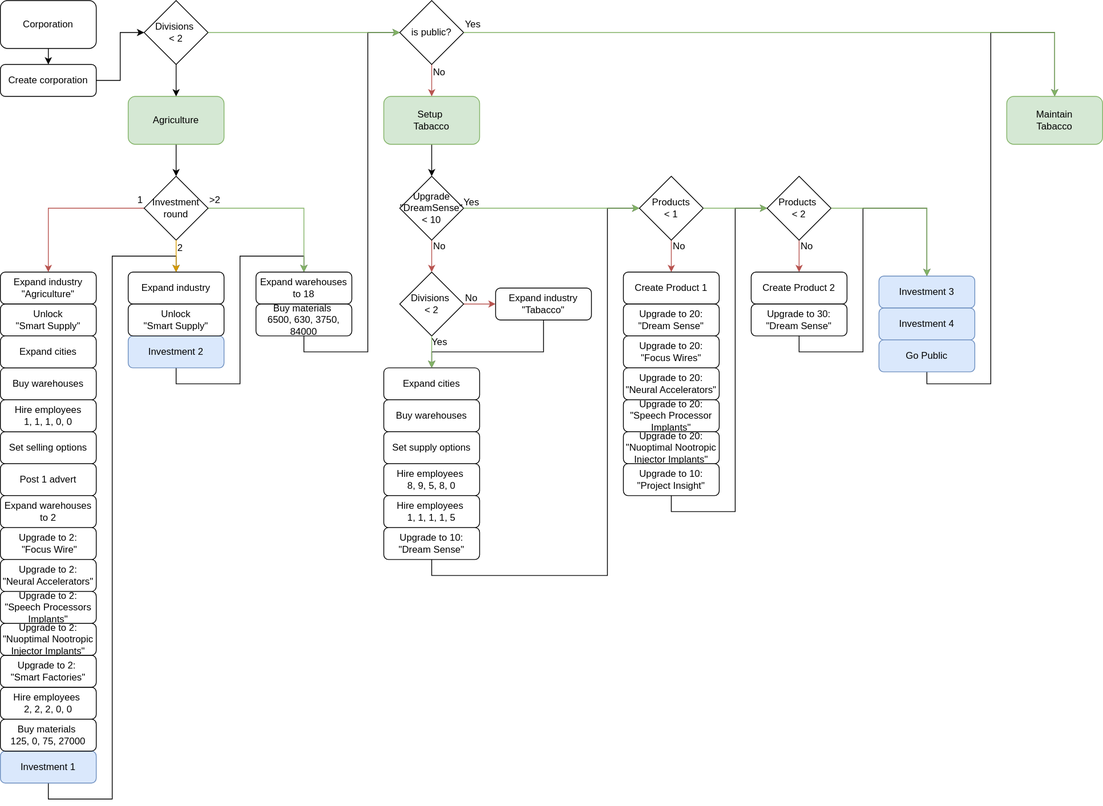
Above: diagrams/Corporation sequence.svg in InfernoIV/bitburner-scripts (draw.io), before the change. Source tidied: cells renumbered, new cells last; positions are measured from the earlier drawing's top-left corner, leaving out a move shared by most shapes.
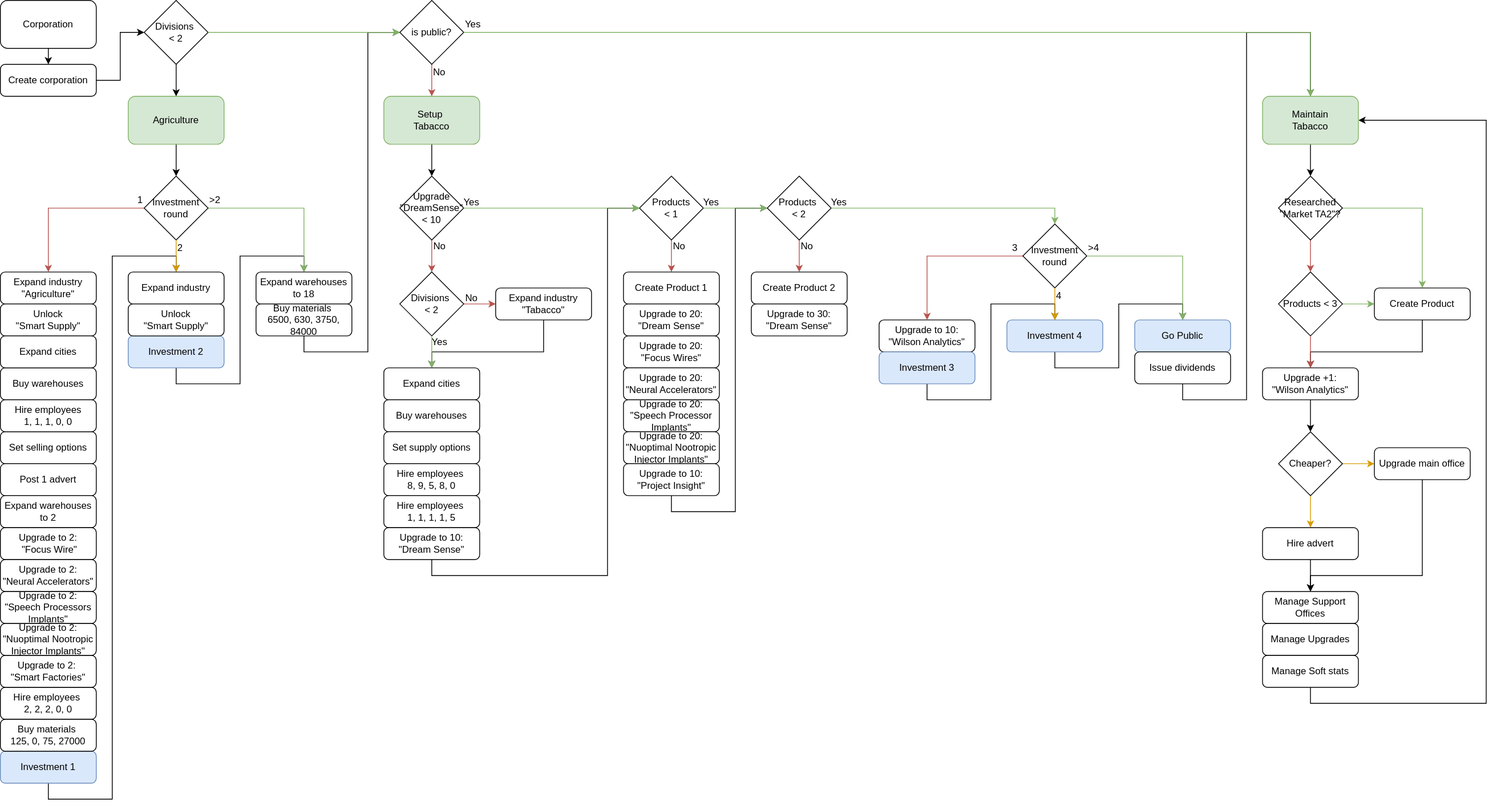
Later version of the same file.

What changed in the source:
```diff
@@ -2,6 +2,18 @@
   <root>
     <mxCell id="0" />
     <mxCell id="1" parent="0" />
+    <mxCell id="92" style="edgeStyle=orthogonalEdgeStyle;rounded=0;jettySize=auto;html=1;exitX=0.5;exitY=1;exitDx=0;exitDy=0;entryX=1;entryY=0.5;entryDx=0;entryDy=0;" parent="1" edge="1" source="124" target="45">
+      <mxGeometry relative="1" as="geometry">
+        <Array as="points">
+          <mxPoint x="1640" y="880" />
+          <mxPoint x="1860" y="880" />
+          <mxPoint x="1860" y="150" />
+        </Array>
+      </mxGeometry>
+    </mxCell>
+    <mxCell id="93" value="&lt;div&gt;Upgrade to 10:&lt;br&gt;&lt;/div&gt;&lt;div&gt;&quot;Wilson Analytics&quot;&lt;br&gt;&lt;/div&gt;" style="rounded=1;whiteSpace=wrap;html=1;fillColor=#FFFFFF;" parent="1" vertex="1">
+      <mxGeometry x="1100" y="400" width="120" height="40" as="geometry" />
+    </mxCell>
     <mxCell id="2" style="edgeStyle=orthogonalEdgeStyle;rounded=0;jettySize=auto;html=1;exitX=0.5;exitY=1;exitDx=0;exitDy=0;entryX=0.5;entryY=0;entryDx=0;entryDy=0;" parent="1" edge="1" source="3" target="37">
       <mxGeometry relative="1" as="geometry" />
     </mxCell>
@@ -14,8 +26,11 @@
     <mxCell id="5" value="Corporation" style="rounded=1;whiteSpace=wrap;html=1;fillColor=#FFFFFF;" parent="1" vertex="1">
       <mxGeometry width="120" height="60" as="geometry" />
     </mxCell>
+    <mxCell id="94" style="edgeStyle=orthogonalEdgeStyle;rounded=0;jettySize=auto;html=1;exitX=0.5;exitY=1;exitDx=0;exitDy=0;entryX=0.5;entryY=0;entryDx=0;entryDy=0;" parent="1" edge="1" source="6" target="9">
+      <mxGeometry relative="1" as="geometry" />
+    </mxCell>
     <mxCell id="6" value="Investment 3" style="rounded=1;whiteSpace=wrap;html=1;fillColor=#dae8fc;strokeColor=#6c8ebf;" parent="1" vertex="1">
-      <mxGeometry x="1100" y="345" width="120" height="40" as="geometry" />
+      <mxGeometry x="1100" y="440" width="120" height="40" as="geometry" />
     </mxCell>
     <mxCell id="7" style="edgeStyle=orthogonalEdgeStyle;rounded=0;jettySize=auto;html=1;exitX=0.5;exitY=1;exitDx=0;exitDy=0;entryX=0.5;entryY=0;entryDx=0;entryDy=0;" parent="1" edge="1" source="8" target="46">
       <mxGeometry relative="1" as="geometry" />
@@ -23,8 +38,11 @@
     <mxCell id="8" value="&lt;div&gt;Investment 2&lt;/div&gt;" style="rounded=1;whiteSpace=wrap;html=1;fillColor=#dae8fc;strokeColor=#6c8ebf;" parent="1" vertex="1">
       <mxGeometry x="160" y="420" width="120" height="40" as="geometry" />
     </mxCell>
+    <mxCell id="95" style="edgeStyle=orthogonalEdgeStyle;rounded=0;jettySize=auto;html=1;exitX=0.5;exitY=1;exitDx=0;exitDy=0;entryX=0.5;entryY=0;entryDx=0;entryDy=0;" parent="1" edge="1" source="9" target="15">
+      <mxGeometry relative="1" as="geometry" />
+    </mxCell>
     <mxCell id="9" value="Investment 4" style="rounded=1;whiteSpace=wrap;html=1;fillColor=#dae8fc;strokeColor=#6c8ebf;" parent="1" vertex="1">
-      <mxGeometry x="1100" y="385" width="120" height="40" as="geometry" />
+      <mxGeometry x="1260" y="400" width="120" height="40" as="geometry" />
     </mxCell>
     <mxCell id="10" style="edgeStyle=orthogonalEdgeStyle;rounded=0;jettySize=auto;html=1;exitX=0.5;exitY=1;exitDx=0;exitDy=0;entryX=0.5;entryY=0;entryDx=0;entryDy=0;" parent="1" edge="1" source="11" target="57">
       <mxGeometry relative="1" as="geometry" />
@@ -38,18 +56,18 @@
     <mxCell id="13" value="Agriculture" style="rounded=1;whiteSpace=wrap;html=1;fillColor=#d5e8d4;strokeColor=#82b366;" parent="1" vertex="1">
       <mxGeometry x="160" y="120" width="120" height="60" as="geometry" />
     </mxCell>
-    <mxCell id="14" style="edgeStyle=orthogonalEdgeStyle;rounded=0;jettySize=auto;html=1;exitX=0.5;exitY=1;exitDx=0;exitDy=0;entryX=0.5;entryY=0;entryDx=0;entryDy=0;" parent="1" edge="1" source="15" target="45">
+    <mxCell id="14" style="edgeStyle=orthogonalEdgeStyle;rounded=0;jettySize=auto;html=1;entryX=0.5;entryY=0;entryDx=0;entryDy=0;exitX=0.5;exitY=1;exitDx=0;exitDy=0;" parent="1" edge="1" source="105" target="45">
       <mxGeometry relative="1" as="geometry">
         <Array as="points">
-          <mxPoint x="1160" y="480" />
-          <mxPoint x="1240" y="480" />
-          <mxPoint x="1240" y="40" />
-          <mxPoint x="1320" y="40" />
+          <mxPoint x="1480" y="500" />
+          <mxPoint x="1560" y="500" />
+          <mxPoint x="1560" y="40" />
+          <mxPoint x="1640" y="40" />
         </Array>
       </mxGeometry>
     </mxCell>
     <mxCell id="15" value="Go Public" style="rounded=1;whiteSpace=wrap;html=1;fillColor=#dae8fc;strokeColor=#6c8ebf;" parent="1" vertex="1">
-      <mxGeometry x="1100" y="425" width="120" height="40" as="geometry" />
+      <mxGeometry x="1420" y="400" width="120" height="40" as="geometry" />
     </mxCell>
     <mxCell id="16" style="edgeStyle=orthogonalEdgeStyle;rounded=0;jettySize=auto;html=1;exitX=1;exitY=0.5;exitDx=0;exitDy=0;entryX=0;entryY=0.5;entryDx=0;entryDy=0;" parent="1" edge="1" source="17" target="42">
       <mxGeometry relative="1" as="geometry" />
@@ -138,8 +156,11 @@
     <mxCell id="44" value="is public?" style="rhombus;whiteSpace=wrap;html=1;" parent="1" vertex="1">
       <mxGeometry x="500" width="80" height="80" as="geometry" />
     </mxCell>
+    <mxCell id="96" style="edgeStyle=orthogonalEdgeStyle;rounded=0;jettySize=auto;html=1;exitX=0.5;exitY=1;exitDx=0;exitDy=0;entryX=0.5;entryY=0;entryDx=0;entryDy=0;" parent="1" edge="1" source="45" target="108">
+      <mxGeometry relative="1" as="geometry" />
+    </mxCell>
     <mxCell id="45" value="&lt;div&gt;Maintain&lt;/div&gt;&lt;div&gt;Tabacco&lt;/div&gt;" style="rounded=1;whiteSpace=wrap;html=1;fillColor=#d5e8d4;strokeColor=#82b366;" parent="1" vertex="1">
-      <mxGeometry x="1260" y="120" width="120" height="60" as="geometry" />
+      <mxGeometry x="1580" y="120" width="120" height="60" as="geometry" />
     </mxCell>
     <mxCell id="46" value="Expand warehouses to 18" style="rounded=1;whiteSpace=wrap;html=1;fillColor=#FFFFFF;" parent="1" vertex="1">
       <mxGeometry x="320" y="340" width="120" height="40" as="geometry" />
@@ -260,13 +281,10 @@
     <mxCell id="77" value="&lt;div&gt;Upgrade to 10:&lt;br&gt;&lt;/div&gt;&lt;div&gt;&quot;Project Insight&quot;&lt;br&gt;&lt;/div&gt;" style="rounded=1;whiteSpace=wrap;html=1;fillColor=#FFFFFF;" parent="1" vertex="1">
       <mxGeometry x="780" y="580" width="120" height="40" as="geometry" />
     </mxCell>
-    <mxCell id="78" style="edgeStyle=orthogonalEdgeStyle;rounded=0;jettySize=auto;html=1;exitX=0.5;exitY=1;exitDx=0;exitDy=0;entryX=0.5;entryY=0;entryDx=0;entryDy=0;" parent="1" edge="1" source="79" target="6">
+    <mxCell id="78" style="edgeStyle=orthogonalEdgeStyle;rounded=0;jettySize=auto;html=1;exitX=0;exitY=0.5;exitDx=0;exitDy=0;entryX=0.5;entryY=0;entryDx=0;entryDy=0;fillColor=#f8cecc;strokeColor=#b85450;" parent="1" edge="1" source="97" target="93">
       <mxGeometry relative="1" as="geometry">
         <Array as="points">
-          <mxPoint x="1000" y="440" />
-          <mxPoint x="1080" y="440" />
-          <mxPoint x="1080" y="260" />
-          <mxPoint x="1160" y="260" />
+          <mxPoint x="1160" y="320" />
         </Array>
       </mxGeometry>
     </mxCell>
@@ -285,8 +303,12 @@
     <mxCell id="83" value="No" style="text;html=1;align=center;verticalAlign=middle;whiteSpace=wrap;rounded=0;" parent="1" vertex="1">
       <mxGeometry x="540" y="300" width="20" height="15" as="geometry" />
     </mxCell>
-    <mxCell id="84" style="edgeStyle=orthogonalEdgeStyle;rounded=0;jettySize=auto;html=1;entryX=0.5;entryY=0;entryDx=0;entryDy=0;fillColor=#d5e8d4;strokeColor=#82b366;" parent="1" edge="1" source="53" target="6">
-      <mxGeometry relative="1" as="geometry" />
+    <mxCell id="84" style="edgeStyle=orthogonalEdgeStyle;rounded=0;jettySize=auto;html=1;entryX=0.5;entryY=0;entryDx=0;entryDy=0;fillColor=#d5e8d4;strokeColor=#82b366;exitX=1;exitY=0.5;exitDx=0;exitDy=0;" parent="1" edge="1" source="53" target="97">
+      <mxGeometry relative="1" as="geometry">
+        <Array as="points">
+          <mxPoint x="1320" y="260" />
+        </Array>
+      </mxGeometry>
     </mxCell>
     <mxCell id="85" style="edgeStyle=orthogonalEdgeStyle;rounded=0;jettySize=auto;html=1;exitX=1;exitY=0.5;exitDx=0;exitDy=0;entryX=0;entryY=0.5;entryDx=0;entryDy=0;fillColor=#d5e8d4;strokeColor=#82b366;" parent="1" edge="1" source="57" target="51">
       <mxGeometry relative="1" as="geometry" />
@@ -314,5 +336,111 @@
         </Array>
       </mxGeometry>
     </mxCell>
+    <mxCell id="97" value="Investment round" style="rhombus;whiteSpace=wrap;html=1;" parent="1" vertex="1">
+      <mxGeometry x="1280" y="280" width="80" height="80" as="geometry" />
+    </mxCell>
+    <mxCell id="98" style="edgeStyle=orthogonalEdgeStyle;rounded=0;jettySize=auto;html=1;exitX=0.5;exitY=1;exitDx=0;exitDy=0;entryX=0.5;entryY=0;entryDx=0;entryDy=0;fillColor=#ffe6cc;strokeColor=#d79b00;" parent="1" edge="1" source="97" target="9">
+      <mxGeometry relative="1" as="geometry">
+        <Array as="points">
+          <mxPoint x="1320" y="390" />
+          <mxPoint x="1320" y="390" />
+        </Array>
+      </mxGeometry>
+    </mxCell>
+    <mxCell id="99" style="edgeStyle=orthogonalEdgeStyle;rounded=0;jettySize=auto;html=1;exitX=1;exitY=0.5;exitDx=0;exitDy=0;entryX=0.5;entryY=0;entryDx=0;entryDy=0;fillColor=#d5e8d4;strokeColor=#82b366;" parent="1" edge="1" source="97" target="15">
+      <mxGeometry relative="1" as="geometry">
+        <Array as="points">
+          <mxPoint x="1480" y="320" />
+        </Array>
+      </mxGeometry>
+    </mxCell>
+    <mxCell id="100" value="Yes" style="text;html=1;align=center;verticalAlign=middle;whiteSpace=wrap;rounded=0;" parent="1" vertex="1">
+      <mxGeometry x="880" y="245" width="20" height="15" as="geometry" />
+    </mxCell>
+    <mxCell id="101" value="Yes" style="text;html=1;align=center;verticalAlign=middle;whiteSpace=wrap;rounded=0;" parent="1" vertex="1">
+      <mxGeometry x="1040" y="245" width="20" height="15" as="geometry" />
+    </mxCell>
+    <mxCell id="102" value="&amp;gt;4" style="text;html=1;align=left;verticalAlign=middle;whiteSpace=wrap;rounded=0;" parent="1" vertex="1">
+      <mxGeometry x="1360" y="300" width="20" height="20" as="geometry" />
+    </mxCell>
+    <mxCell id="103" value="4" style="text;html=1;align=left;verticalAlign=middle;whiteSpace=wrap;rounded=0;" parent="1" vertex="1">
+      <mxGeometry x="1320" y="360" width="20" height="20" as="geometry" />
+    </mxCell>
+    <mxCell id="104" value="3" style="text;html=1;align=left;verticalAlign=middle;whiteSpace=wrap;rounded=0;" parent="1" vertex="1">
+      <mxGeometry x="1265" y="300" width="20" height="20" as="geometry" />
+    </mxCell>
+    <mxCell id="105" value="Issue dividends" style="rounded=1;whiteSpace=wrap;html=1;fillColor=#FFFFFF;" parent="1" vertex="1">
+      <mxGeometry x="1420" y="440" width="120" height="40" as="geometry" />
+    </mxCell>
+    <mxCell id="106" style="edgeStyle=orthogonalEdgeStyle;rounded=0;jettySize=auto;html=1;exitX=1;exitY=0.5;exitDx=0;exitDy=0;entryX=0.5;entryY=0;entryDx=0;entryDy=0;fillColor=#d5e8d4;strokeColor=#82b366;" parent="1" edge="1" source="108" target="112">
+      <mxGeometry relative="1" as="geometry" />
+    </mxCell>
+    <mxCell id="107" style="edgeStyle=orthogonalEdgeStyle;rounded=0;jettySize=auto;html=1;exitX=0.5;exitY=1;exitDx=0;exitDy=0;entryX=0.5;entryY=0;entryDx=0;entryDy=0;fillColor=#f8cecc;strokeColor=#b85450;" parent="1" edge="1" source="108" target="110">
+      <mxGeometry relative="1" as="geometry" />
+    </mxCell>
+    <mxCell id="108" value="Researched &quot;Market TA2&quot;?" style="rhombus;whiteSpace=wrap;html=1;" parent="1" vertex="1">
+      <mxGeometry x="1600" y="220" width="80" height="80" as="geometry" />
+    </mxCell>
+    <mxCell id="109" style="edgeStyle=orthogonalEdgeStyle;rounded=0;jettySize=auto;html=1;exitX=1;exitY=0.5;exitDx=0;exitDy=0;entryX=0;entryY=0.5;entryDx=0;entryDy=0;fillColor=#d5e8d4;strokeColor=#82b366;" parent="1" edge="1" source="110" target="112">
+      <mxGeometry relative="1" as="geometry" />
+    </mxCell>
+    <mxCell id="110" value="Products &amp;lt; 3" style="rhombus;whiteSpace=wrap;html=1;" parent="1" vertex="1">
+      <mxGeometry x="1600" y="340" width="80" height="80" as="geometry" />
+    </mxCell>
+    <mxCell id="111" style="edgeStyle=orthogonalEdgeStyle;rounded=0;jettySize=auto;html=1;exitX=0.5;exitY=1;exitDx=0;exitDy=0;entryX=0.5;entryY=0;entryDx=0;entryDy=0;" parent="1" edge="1" source="112" target="114">
+      <mxGeometry relative="1" as="geometry">
+        <Array as="points">
+          <mxPoint x="1780" y="440" />
+          <mxPoint x="1640" y="440" />
+        </Array>
+      </mxGeometry>
+    </mxCell>
+    <mxCell id="112" value="Create Product" style="rounded=1;whiteSpace=wrap;html=1;fillColor=#FFFFFF;" parent="1" vertex="1">
+      <mxGeometry x="1720" y="360" width="120" height="40" as="geometry" />
+    </mxCell>
+    <mxCell id="113" style="edgeStyle=orthogonalEdgeStyle;rounded=0;jettySize=auto;html=1;exitX=0.5;exitY=1;exitDx=0;exitDy=0;entryX=0.5;entryY=0;entryDx=0;entryDy=0;" parent="1" edge="1" source="114" target="117">
+      <mxGeometry relative="1" as="geometry" />
+    </mxCell>
+    <mxCell id="114" value="&lt;div&gt;Upgrade +1:&lt;br&gt;&lt;/div&gt;&lt;div&gt;&quot;Wilson Analytics&quot;&lt;br&gt;&lt;/div&gt;" style="rounded=1;whiteSpace=wrap;html=1;fillColor=#FFFFFF;" parent="1" vertex="1">
+      <mxGeometry x="1580" y="460" width="120" height="40" as="geometry" />
+    </mxCell>
+    <mxCell id="115" style="edgeStyle=orthogonalEdgeStyle;rounded=0;jettySize=auto;html=1;exitX=0.5;exitY=1;exitDx=0;exitDy=0;entryX=0.5;entryY=0;entryDx=0;entryDy=0;fillColor=#ffe6cc;strokeColor=#d79b00;" parent="1" edge="1" source="117" target="121">
+      <mxGeometry relative="1" as="geometry" />
+    </mxCell>
+    <mxCell id="116" style="edgeStyle=orthogonalEdgeStyle;rounded=0;jettySize=auto;html=1;exitX=1;exitY=0.5;exitDx=0;exitDy=0;entryX=0;entryY=0.5;entryDx=0;entryDy=0;fillColor=#ffe6cc;strokeColor=#d79b00;" parent="1" edge="1" source="117" target="119">
+      <mxGeometry relative="1" as="geometry" />
+    </mxCell>
+    <mxCell id="117" value="Cheaper?" style="rhombus;whiteSpace=wrap;html=1;" parent="1" vertex="1">
+      <mxGeometry x="1600" y="540" width="80" height="80" as="geometry" />
+    </mxCell>
+    <mxCell id="118" style="edgeStyle=orthogonalEdgeStyle;rounded=0;jettySize=auto;html=1;exitX=0.5;exitY=1;exitDx=0;exitDy=0;entryX=0.5;entryY=0;entryDx=0;entryDy=0;" parent="1" edge="1" source="119" target="122">
+      <mxGeometry relative="1" as="geometry">
+        <Array as="points">
+          <mxPoint x="1780" y="720" />
+          <mxPoint x="1640" y="720" />
+        </Array>
+      </mxGeometry>
+    </mxCell>
+    <mxCell id="119" value="Upgrade main office" style="rounded=1;whiteSpace=wrap;html=1;fillColor=#FFFFFF;" parent="1" vertex="1">
+      <mxGeometry x="1720" y="560" width="120" height="40" as="geometry" />
+    </mxCell>
+    <mxCell id="120" style="edgeStyle=orthogonalEdgeStyle;rounded=0;jettySize=auto;html=1;exitX=0.5;exitY=1;exitDx=0;exitDy=0;entryX=0.5;entryY=0;entryDx=0;entryDy=0;" parent="1" edge="1" source="121" target="122">
+      <mxGeometry relative="1" as="geometry" />
+    </mxCell>
+    <mxCell id="121" value="Hire advert" style="rounded=1;whiteSpace=wrap;html=1;fillColor=#FFFFFF;" parent="1" vertex="1">
+      <mxGeometry x="1580" y="660" width="120" height="40" as="geometry" />
+    </mxCell>
+    <mxCell id="122" value="Manage Support Offices" style="rounded=1;whiteSpace=wrap;html=1;fillColor=#FFFFFF;" parent="1" vertex="1">
+      <mxGeometry x="1580" y="740" width="120" height="40" as="geometry" />
+    </mxCell>
+    <mxCell id="123" value="Manage Upgrades" style="rounded=1;whiteSpace=wrap;html=1;fillColor=#FFFFFF;" parent="1" vertex="1">
+      <mxGeometry x="1580" y="780" width="120" height="40" as="geometry" />
+    </mxCell>
+    <mxCell id="124" value="Manage Soft stats" style="rounded=1;whiteSpace=wrap;html=1;fillColor=#FFFFFF;" parent="1" vertex="1">
+      <mxGeometry x="1580" y="820" width="120" height="40" as="geometry" />
+    </mxCell>
+    <mxCell id="125" style="edgeStyle=orthogonalEdgeStyle;rounded=0;jettySize=auto;html=1;exitX=0.5;exitY=1;exitDx=0;exitDy=0;entryX=0.5;entryY=0;entryDx=0;entryDy=0;fillColor=#f8cecc;strokeColor=#b85450;" parent="1" edge="1" source="110" target="114">
+      <mxGeometry relative="1" as="geometry" />
+    </mxCell>
   </root>
 </mxGraphModel>
```
